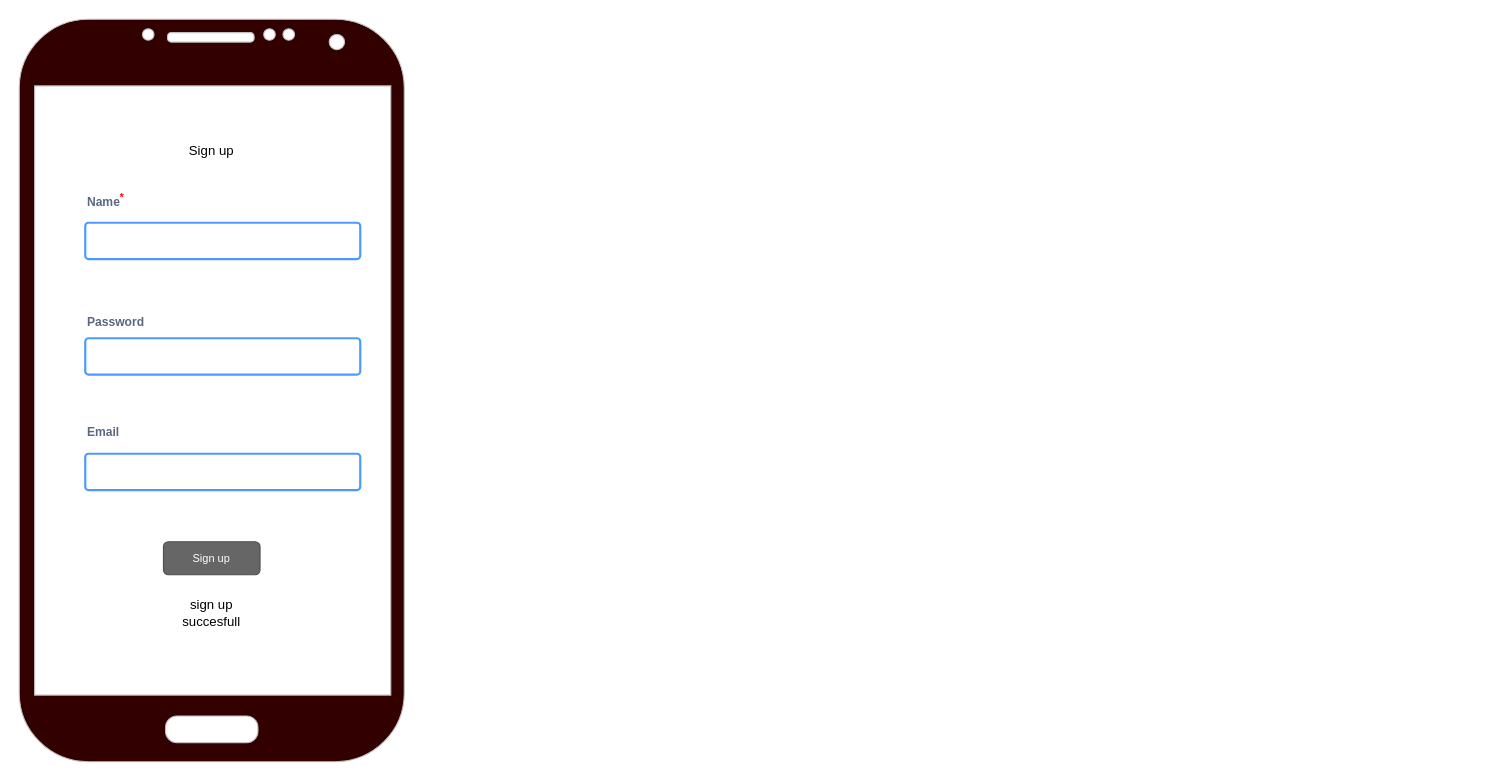
Above: page "register" (1 of 2) of Mockup/mockup.drawio in pankeke231/Login-Dispositivos-Moviles (draw.io), before the change. Source tidied: cells renumbered, new cells numbered last; positions are measured from the earlier drawing's top-left corner, leaving out a move shared by most shapes. Both pictures are drawn from the tidied source at 110%, with x=0, y=0 at pixel (19, 19).
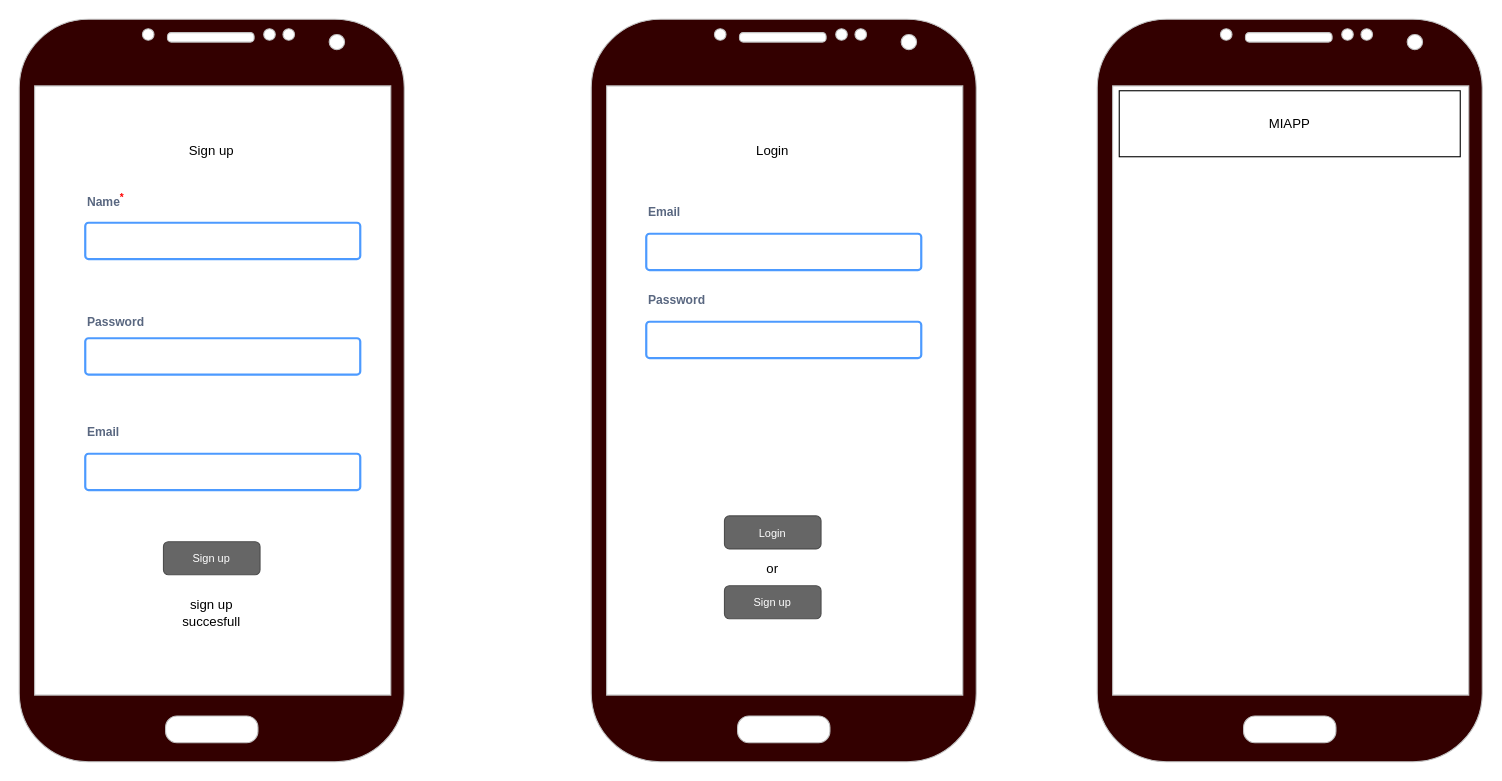
Above is the later version.

What changed in the source:
```diff
@@
+    <mxCell id="12" style="verticalLabelPosition=bottom;verticalAlign=top;html=1;shadow=0;dashed=0;strokeWidth=1;shape=mxgraph.android.phone2;strokeColor=#c0c0c0;fillColor=light-dark(#330000,var(--ge-dark-color, #121212));" parent="1" vertex="1">
+      <mxGeometry x="520" width="350" height="675" as="geometry" />
+    </mxCell>
+    <mxCell id="13" value="Login" style="rounded=1;html=1;shadow=0;dashed=0;whiteSpace=wrap;fontSize=10;fillColor=#666666;align=center;strokeColor=#4D4D4D;fontColor=#ffffff;" parent="1" vertex="1">
+      <mxGeometry x="641.1" y="451.5" width="87.8" height="30" as="geometry" />
+    </mxCell>
+    <mxCell id="14" value="Password" style="fillColor=none;strokeColor=none;html=1;fontSize=11;fontStyle=0;align=left;fontColor=#596780;fontStyle=1;fontSize=11;" parent="1" vertex="1">
+      <mxGeometry x="570" y="245" width="240" height="20" as="geometry" />
+    </mxCell>
+    <mxCell id="15" style="rounded=1;arcSize=9;align=left;spacingLeft=5;strokeColor=#4C9AFF;html=1;strokeWidth=2;fontSize=12;" parent="1" vertex="1">
+      <mxGeometry x="570" y="195" width="250" height="33" as="geometry" />
+    </mxCell>
+    <mxCell id="16" value="Login" style="text;html=1;align=center;verticalAlign=middle;whiteSpace=wrap;rounded=0;" parent="1" vertex="1">
+      <mxGeometry x="655" y="105" width="60" height="30" as="geometry" />
+    </mxCell>
+    <mxCell id="17" value="Email" style="fillColor=none;strokeColor=none;html=1;fontSize=11;fontStyle=0;align=left;fontColor=#596780;fontStyle=1;fontSize=11;" parent="1" vertex="1">
+      <mxGeometry x="570" y="165" width="240" height="20" as="geometry" />
+    </mxCell>
+    <mxCell id="18" style="rounded=1;arcSize=9;align=left;spacingLeft=5;strokeColor=#4C9AFF;html=1;strokeWidth=2;fontSize=12;" parent="1" vertex="1">
+      <mxGeometry x="570" y="275" width="250" height="33" as="geometry" />
+    </mxCell>
+    <mxCell id="19" style="verticalLabelPosition=bottom;verticalAlign=top;html=1;shadow=0;dashed=0;strokeWidth=1;shape=mxgraph.android.phone2;strokeColor=#c0c0c0;fillColor=light-dark(#330000,var(--ge-dark-color, #121212));" parent="1" vertex="1">
+      <mxGeometry x="980" width="350" height="675" as="geometry" />
+    </mxCell>
+    <mxCell id="20" value="MIAPP" style="rounded=0;whiteSpace=wrap;html=1;" parent="1" vertex="1">
+      <mxGeometry x="1000" y="65" width="310" height="60" as="geometry" />
+    </mxCell>
+    <mxCell id="21" value="Sign up" style="rounded=1;html=1;shadow=0;dashed=0;whiteSpace=wrap;fontSize=10;fillColor=#666666;align=center;strokeColor=#4D4D4D;fontColor=#ffffff;" parent="1" vertex="1">
+      <mxGeometry x="641.1" y="515" width="87.8" height="30" as="geometry" />
+    </mxCell>
+    <mxCell id="22" value="or" style="text;html=1;align=center;verticalAlign=middle;whiteSpace=wrap;rounded=0;" parent="1" vertex="1">
+      <mxGeometry x="655" y="485" width="60" height="30" as="geometry" />
+    </mxCell>
```
